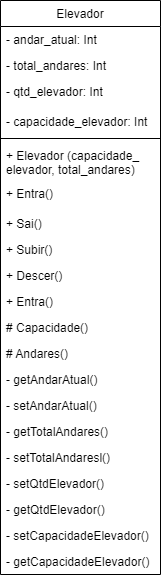
Above: Atvd.2 Predio/src/main/java/com/mycompany/predio/Diagrama Elevador.png in GSouzzaDev/ARCO-DE-TREINAMENTO-POOJAVA-2024.1-ADS-UFRN. (draw.io), before the change. Source tidied: cells renumbered, new cells last; positions are measured from the earlier drawing's top-left corner, leaving out a move shared by most shapes.
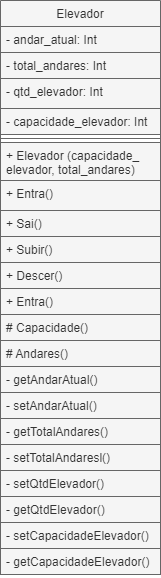
The same file after the commit.

Diff of the diagram source:
```diff
@@ -2,70 +2,70 @@
   <root>
     <mxCell id="0" />
     <mxCell id="1" parent="0" />
-    <mxCell id="2" value="Elevador" style="swimlane;fontStyle=0;align=center;verticalAlign=top;horizontal=1;startSize=26;rounded=0;shadow=0;strokeWidth=1;" parent="1" vertex="1">
+    <mxCell id="2" value="Elevador" style="swimlane;fontStyle=0;align=center;verticalAlign=top;horizontal=1;startSize=26;rounded=0;shadow=0;strokeWidth=1;fillColor=#f5f5f5;fontColor=#333333;strokeColor=#666666;" parent="1" vertex="1">
       <mxGeometry width="160" height="574" as="geometry" />
     </mxCell>
-    <mxCell id="3" value="- andar_atual: Int" style="text;align=left;verticalAlign=top;spacingLeft=4;spacingRight=4;overflow=hidden;" parent="2" vertex="1">
+    <mxCell id="3" value="- andar_atual: Int" style="text;align=left;verticalAlign=top;spacingLeft=4;spacingRight=4;overflow=hidden;fillColor=#f5f5f5;fontColor=#333333;strokeColor=#666666;" parent="2" vertex="1">
       <mxGeometry y="26" width="160" height="26" as="geometry" />
     </mxCell>
-    <mxCell id="4" value="- total_andares: Int " style="text;align=left;verticalAlign=top;spacingLeft=4;spacingRight=4;overflow=hidden;rounded=0;shadow=0;html=0;" parent="2" vertex="1">
+    <mxCell id="4" value="- total_andares: Int " style="text;align=left;verticalAlign=top;spacingLeft=4;spacingRight=4;overflow=hidden;rounded=0;shadow=0;html=0;fillColor=#f5f5f5;fontColor=#333333;strokeColor=#666666;" parent="2" vertex="1">
       <mxGeometry y="52" width="160" height="26" as="geometry" />
     </mxCell>
-    <mxCell id="5" value="- qtd_elevador: Int" style="text;align=left;verticalAlign=top;spacingLeft=4;spacingRight=4;overflow=hidden;rounded=0;shadow=0;html=0;" parent="2" vertex="1">
+    <mxCell id="5" value="- qtd_elevador: Int" style="text;align=left;verticalAlign=top;spacingLeft=4;spacingRight=4;overflow=hidden;rounded=0;shadow=0;html=0;fillColor=#f5f5f5;fontColor=#333333;strokeColor=#666666;" parent="2" vertex="1">
       <mxGeometry y="78" width="160" height="30" as="geometry" />
     </mxCell>
-    <mxCell id="6" value="- capacidade_elevador: Int" style="text;align=left;verticalAlign=top;spacingLeft=4;spacingRight=4;overflow=hidden;rounded=0;shadow=0;html=0;" parent="2" vertex="1">
+    <mxCell id="6" value="- capacidade_elevador: Int" style="text;align=left;verticalAlign=top;spacingLeft=4;spacingRight=4;overflow=hidden;rounded=0;shadow=0;html=0;fillColor=#f5f5f5;fontColor=#333333;strokeColor=#666666;" parent="2" vertex="1">
       <mxGeometry y="108" width="160" height="26" as="geometry" />
     </mxCell>
-    <mxCell id="7" style="line;html=1;strokeWidth=1;align=left;verticalAlign=middle;spacingTop=-1;spacingLeft=3;spacingRight=3;labelPosition=right;" parent="2" vertex="1">
+    <mxCell id="7" style="line;html=1;strokeWidth=1;align=left;verticalAlign=middle;spacingTop=-1;spacingLeft=3;spacingRight=3;labelPosition=right;fillColor=#f5f5f5;fontColor=#333333;strokeColor=#666666;" parent="2" vertex="1">
       <mxGeometry y="134" width="160" height="8" as="geometry" />
     </mxCell>
-    <mxCell id="8" value="+ Elevador (capacidade_&#10;elevador, total_andares)" style="text;align=left;verticalAlign=top;spacingLeft=4;spacingRight=4;overflow=hidden;" parent="2" vertex="1">
+    <mxCell id="8" value="+ Elevador (capacidade_&#10;elevador, total_andares)" style="text;align=left;verticalAlign=top;spacingLeft=4;spacingRight=4;overflow=hidden;fillColor=#f5f5f5;fontColor=#333333;strokeColor=#666666;" parent="2" vertex="1">
       <mxGeometry y="142" width="160" height="38" as="geometry" />
     </mxCell>
-    <mxCell id="9" value="+ Entra()" style="text;align=left;verticalAlign=top;spacingLeft=4;spacingRight=4;overflow=hidden;" parent="2" vertex="1">
+    <mxCell id="9" value="+ Entra()" style="text;align=left;verticalAlign=top;spacingLeft=4;spacingRight=4;overflow=hidden;fillColor=#f5f5f5;fontColor=#333333;strokeColor=#666666;" parent="2" vertex="1">
       <mxGeometry y="180" width="160" height="30" as="geometry" />
     </mxCell>
-    <mxCell id="10" value="+ Sai()" style="text;align=left;verticalAlign=top;spacingLeft=4;spacingRight=4;overflow=hidden;" parent="2" vertex="1">
+    <mxCell id="10" value="+ Sai()" style="text;align=left;verticalAlign=top;spacingLeft=4;spacingRight=4;overflow=hidden;fillColor=#f5f5f5;fontColor=#333333;strokeColor=#666666;" parent="2" vertex="1">
       <mxGeometry y="210" width="160" height="26" as="geometry" />
     </mxCell>
-    <mxCell id="11" value="+ Subir()" style="text;align=left;verticalAlign=top;spacingLeft=4;spacingRight=4;overflow=hidden;" parent="2" vertex="1">
+    <mxCell id="11" value="+ Subir()" style="text;align=left;verticalAlign=top;spacingLeft=4;spacingRight=4;overflow=hidden;fillColor=#f5f5f5;fontColor=#333333;strokeColor=#666666;" parent="2" vertex="1">
       <mxGeometry y="236" width="160" height="26" as="geometry" />
     </mxCell>
-    <mxCell id="12" value="+ Descer()" style="text;align=left;verticalAlign=top;spacingLeft=4;spacingRight=4;overflow=hidden;" parent="2" vertex="1">
+    <mxCell id="12" value="+ Descer()" style="text;align=left;verticalAlign=top;spacingLeft=4;spacingRight=4;overflow=hidden;fillColor=#f5f5f5;fontColor=#333333;strokeColor=#666666;" parent="2" vertex="1">
       <mxGeometry y="262" width="160" height="26" as="geometry" />
     </mxCell>
-    <mxCell id="13" value="+ Entra()" style="text;align=left;verticalAlign=top;spacingLeft=4;spacingRight=4;overflow=hidden;" parent="2" vertex="1">
+    <mxCell id="13" value="+ Entra()" style="text;align=left;verticalAlign=top;spacingLeft=4;spacingRight=4;overflow=hidden;fillColor=#f5f5f5;fontColor=#333333;strokeColor=#666666;" parent="2" vertex="1">
       <mxGeometry y="288" width="160" height="26" as="geometry" />
     </mxCell>
-    <mxCell id="14" value="# Capacidade()" style="text;align=left;verticalAlign=top;spacingLeft=4;spacingRight=4;overflow=hidden;" parent="2" vertex="1">
+    <mxCell id="14" value="# Capacidade()" style="text;align=left;verticalAlign=top;spacingLeft=4;spacingRight=4;overflow=hidden;fillColor=#f5f5f5;fontColor=#333333;strokeColor=#666666;" parent="2" vertex="1">
       <mxGeometry y="314" width="160" height="26" as="geometry" />
     </mxCell>
-    <mxCell id="15" value="# Andares()" style="text;align=left;verticalAlign=top;spacingLeft=4;spacingRight=4;overflow=hidden;" parent="2" vertex="1">
+    <mxCell id="15" value="# Andares()" style="text;align=left;verticalAlign=top;spacingLeft=4;spacingRight=4;overflow=hidden;fillColor=#f5f5f5;fontColor=#333333;strokeColor=#666666;" parent="2" vertex="1">
       <mxGeometry y="340" width="160" height="26" as="geometry" />
     </mxCell>
-    <mxCell id="16" value="- getAndarAtual()" style="text;align=left;verticalAlign=top;spacingLeft=4;spacingRight=4;overflow=hidden;" parent="2" vertex="1">
+    <mxCell id="16" value="- getAndarAtual()" style="text;align=left;verticalAlign=top;spacingLeft=4;spacingRight=4;overflow=hidden;fillColor=#f5f5f5;fontColor=#333333;strokeColor=#666666;" parent="2" vertex="1">
       <mxGeometry y="366" width="160" height="26" as="geometry" />
     </mxCell>
-    <mxCell id="17" value="- setAndarAtual()" style="text;align=left;verticalAlign=top;spacingLeft=4;spacingRight=4;overflow=hidden;" parent="2" vertex="1">
+    <mxCell id="17" value="- setAndarAtual()" style="text;align=left;verticalAlign=top;spacingLeft=4;spacingRight=4;overflow=hidden;fillColor=#f5f5f5;fontColor=#333333;strokeColor=#666666;" parent="2" vertex="1">
       <mxGeometry y="392" width="160" height="26" as="geometry" />
     </mxCell>
-    <mxCell id="18" value="- getTotalAndares()" style="text;align=left;verticalAlign=top;spacingLeft=4;spacingRight=4;overflow=hidden;" parent="2" vertex="1">
+    <mxCell id="18" value="- getTotalAndares()" style="text;align=left;verticalAlign=top;spacingLeft=4;spacingRight=4;overflow=hidden;fillColor=#f5f5f5;fontColor=#333333;strokeColor=#666666;" parent="2" vertex="1">
       <mxGeometry y="418" width="160" height="26" as="geometry" />
     </mxCell>
-    <mxCell id="19" value="- setTotalAndaresl()" style="text;align=left;verticalAlign=top;spacingLeft=4;spacingRight=4;overflow=hidden;" parent="2" vertex="1">
+    <mxCell id="19" value="- setTotalAndaresl()" style="text;align=left;verticalAlign=top;spacingLeft=4;spacingRight=4;overflow=hidden;fillColor=#f5f5f5;fontColor=#333333;strokeColor=#666666;" parent="2" vertex="1">
       <mxGeometry y="444" width="160" height="26" as="geometry" />
     </mxCell>
-    <mxCell id="20" value="- setQtdElevador()" style="text;align=left;verticalAlign=top;spacingLeft=4;spacingRight=4;overflow=hidden;" parent="2" vertex="1">
+    <mxCell id="20" value="- setQtdElevador()" style="text;align=left;verticalAlign=top;spacingLeft=4;spacingRight=4;overflow=hidden;fillColor=#f5f5f5;fontColor=#333333;strokeColor=#666666;" parent="2" vertex="1">
       <mxGeometry y="470" width="160" height="26" as="geometry" />
     </mxCell>
-    <mxCell id="21" value="- getQtdElevador()" style="text;align=left;verticalAlign=top;spacingLeft=4;spacingRight=4;overflow=hidden;" parent="2" vertex="1">
+    <mxCell id="21" value="- getQtdElevador()" style="text;align=left;verticalAlign=top;spacingLeft=4;spacingRight=4;overflow=hidden;fillColor=#f5f5f5;fontColor=#333333;strokeColor=#666666;" parent="2" vertex="1">
       <mxGeometry y="496" width="160" height="26" as="geometry" />
     </mxCell>
-    <mxCell id="22" value="- setCapacidadeElevador()" style="text;align=left;verticalAlign=top;spacingLeft=4;spacingRight=4;overflow=hidden;" parent="2" vertex="1">
+    <mxCell id="22" value="- setCapacidadeElevador()" style="text;align=left;verticalAlign=top;spacingLeft=4;spacingRight=4;overflow=hidden;fillColor=#f5f5f5;fontColor=#333333;strokeColor=#666666;" parent="2" vertex="1">
       <mxGeometry y="522" width="160" height="26" as="geometry" />
     </mxCell>
-    <mxCell id="23" value="- getCapacidadeElevador()" style="text;align=left;verticalAlign=top;spacingLeft=4;spacingRight=4;overflow=hidden;" parent="2" vertex="1">
+    <mxCell id="23" value="- getCapacidadeElevador()" style="text;align=left;verticalAlign=top;spacingLeft=4;spacingRight=4;overflow=hidden;fillColor=#f5f5f5;fontColor=#333333;strokeColor=#666666;" parent="2" vertex="1">
       <mxGeometry y="548" width="160" height="26" as="geometry" />
     </mxCell>
   </root>
```
